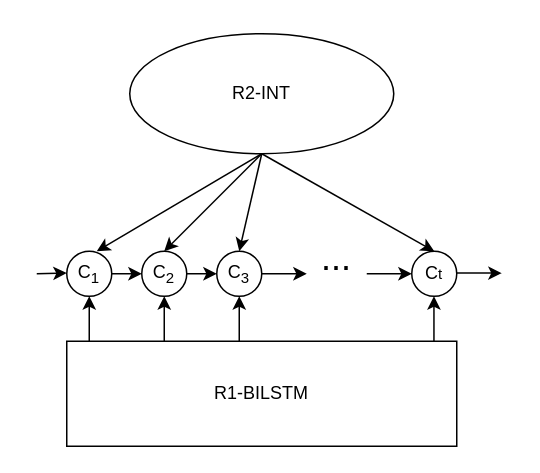
759262631/Python keeps this draw.io diagram as Untitled Diagram.drawio. Above is the earlier version. Source tidied: cells renumbered, new cells numbered last; positions are measured from the earlier drawing's top-left corner, leaving out a move shared by most shapes. Both pictures are drawn from the tidied source at 150%, with x=0, y=0 at pixel (36, 33).
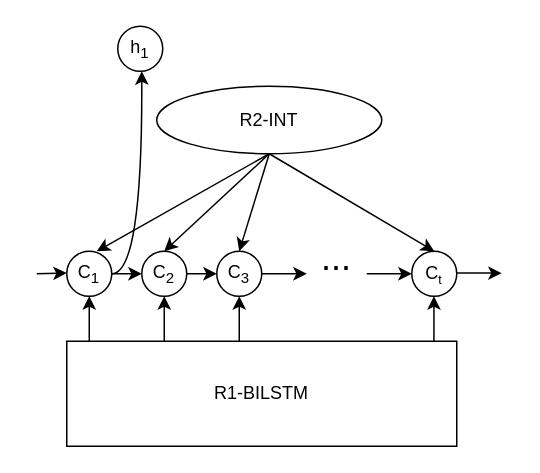
The same page after the edit.

Unchanged cells that the change refers to:
```xml
<mxCell id="3" value="&lt;font&gt;C&lt;sub&gt;1&lt;/sub&gt;&lt;/font&gt;" style="ellipse;whiteSpace=wrap;html=1;" parent="1" vertex="1">
  <mxGeometry x="20" y="145" width="30" height="30" as="geometry" />
</mxCell>
```

Change to the diagram source:
```diff
@@
-    <mxCell id="5" value="C&lt;span style=&quot;font-size: 10px&quot;&gt;t&lt;/span&gt;" style="ellipse;whiteSpace=wrap;html=1;" parent="1" vertex="1">
+    <mxCell id="5" value="C&lt;span style=&quot;font-size: 10px&quot;&gt;&lt;sub&gt;t&lt;/sub&gt;&lt;/span&gt;" style="ellipse;whiteSpace=wrap;html=1;" parent="1" vertex="1">
       <mxGeometry x="250" y="145" width="30" height="30" as="geometry" />
     </mxCell>
     <mxCell id="6" value="R2-INT" style="ellipse;whiteSpace=wrap;html=1;" parent="1" vertex="1">
-      <mxGeometry x="62" width="176" height="80" as="geometry" />
+      <mxGeometry x="80" y="35" width="150" height="45" as="geometry" />
     </mxCell>
@@
+    <mxCell id="23" style="endArrow=classic;html=1;edgeStyle=orthogonalEdgeStyle;curved=1;exitX=1;exitY=0.5;exitDx=0;exitDy=0;" parent="1" edge="1" source="3">
+      <mxGeometry relative="1" as="geometry">
+        <mxPoint x="70" y="25" as="targetPoint" />
+      </mxGeometry>
+    </mxCell>
+    <mxCell id="24" value="&lt;font&gt;h&lt;sub&gt;1&lt;/sub&gt;&lt;/font&gt;" style="ellipse;whiteSpace=wrap;html=1;" parent="1" vertex="1">
+      <mxGeometry x="54" y="-5" width="30" height="30" as="geometry" />
+    </mxCell>
```
